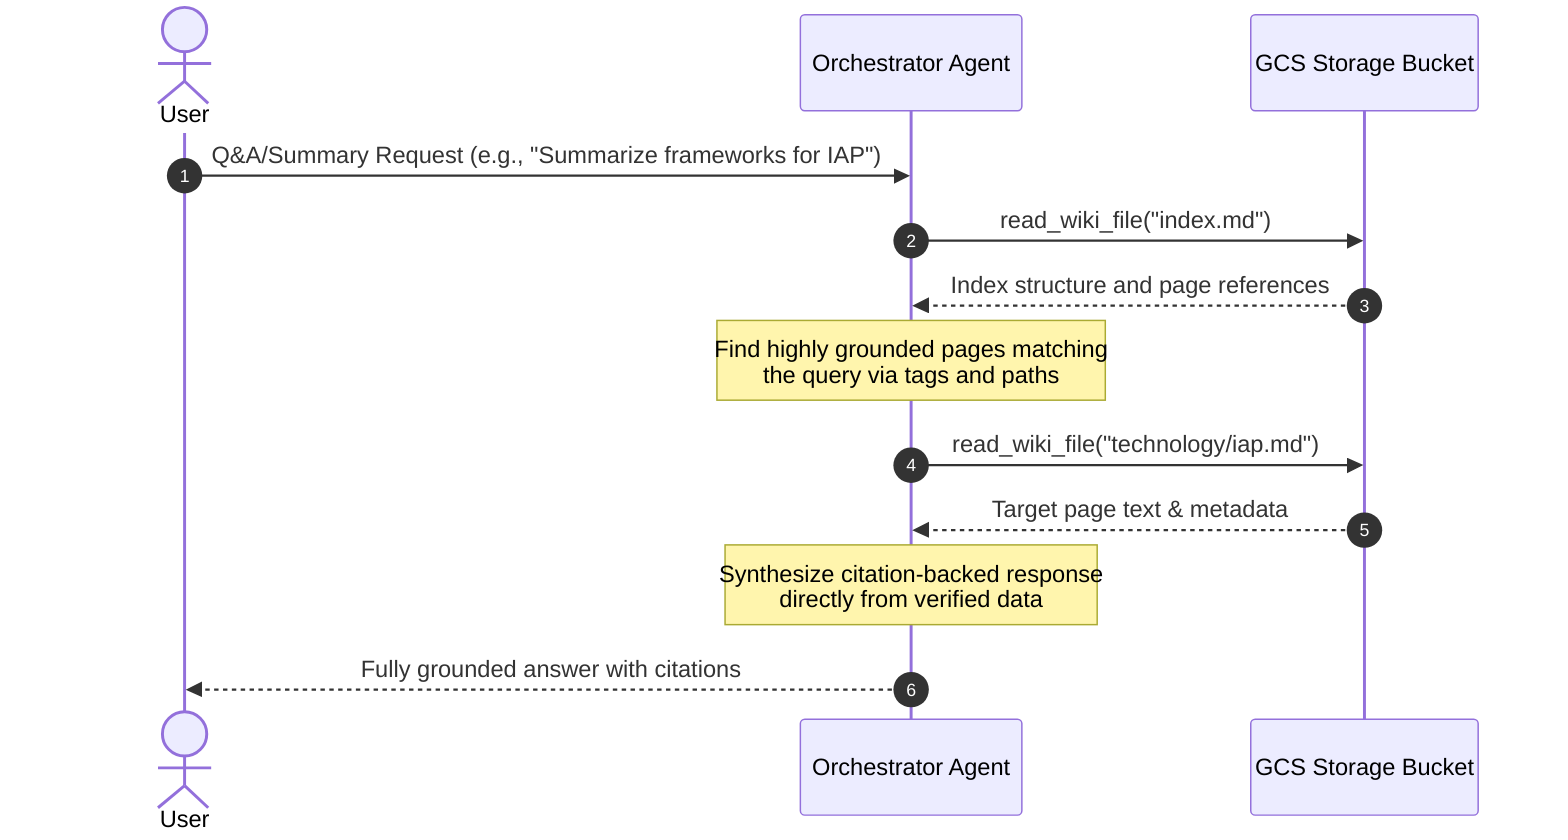
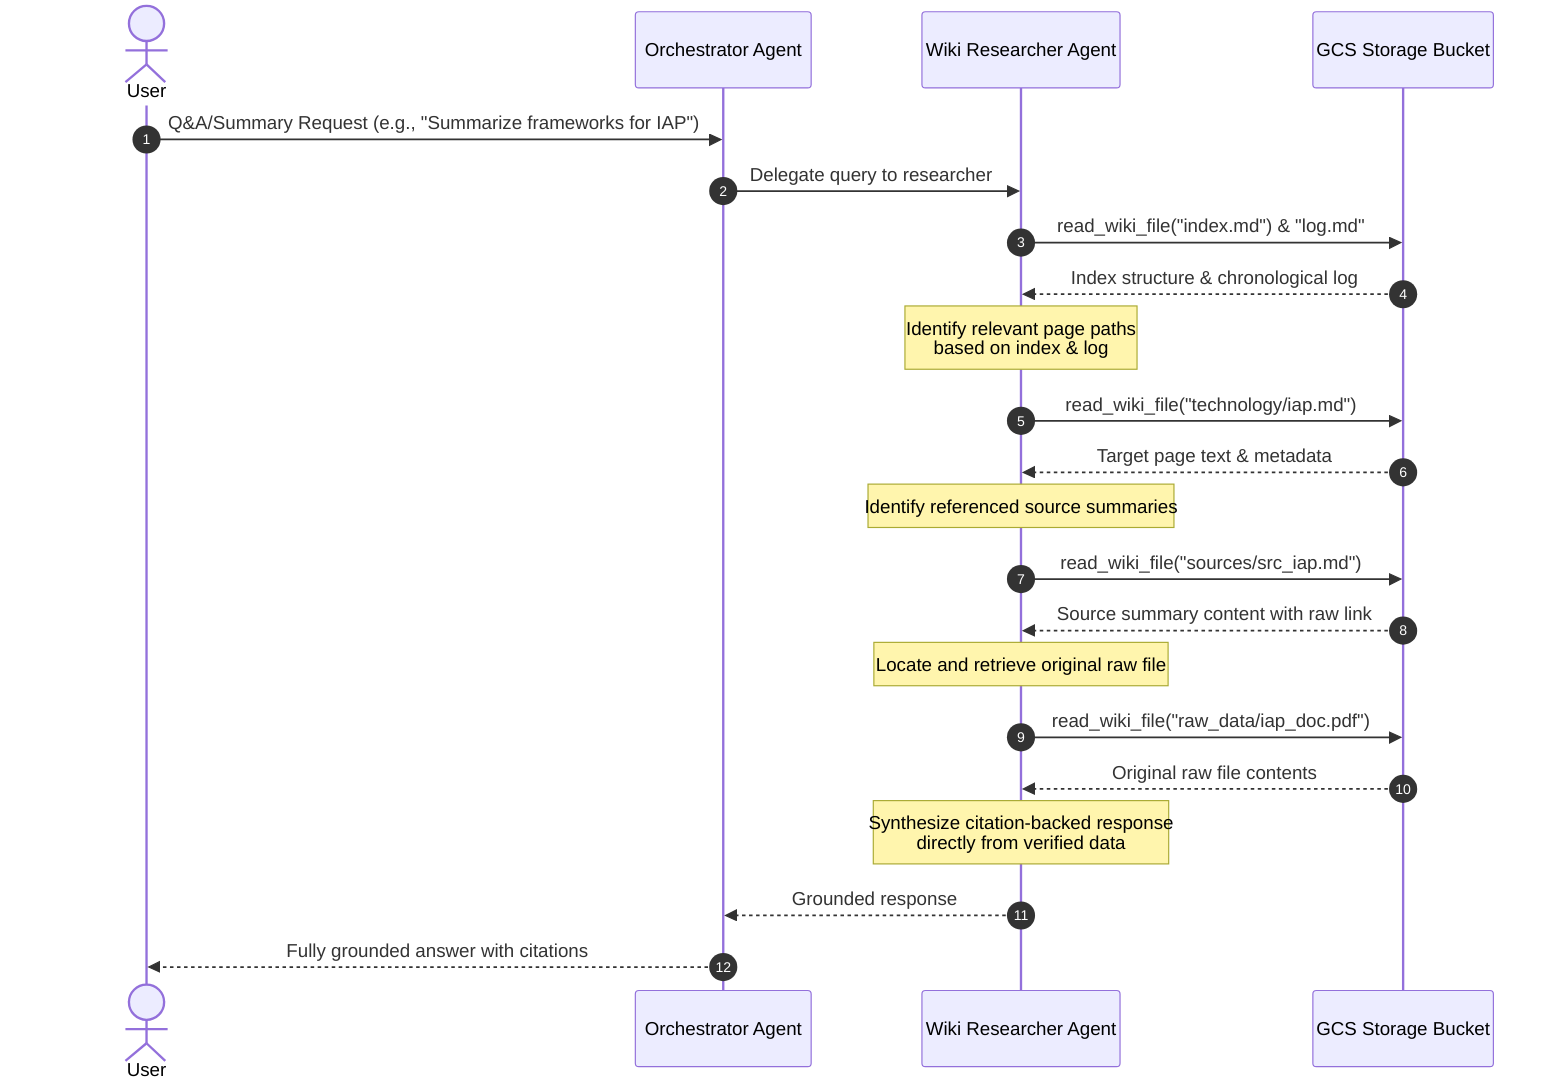
sequenceDiagram
    autonumber
    actor User
    participant Orchestrator as Orchestrator Agent
+     participant Researcher as Wiki Researcher Agent
    participant GCS as GCS Storage Bucket

    User->>Orchestrator: Q&A/Summary Request (e.g., "Summarize frameworks for IAP")
-     Orchestrator->>GCS: read_wiki_file("index.md")
-     GCS-->>Orchestrator: Index structure and page references
-     Note over Orchestrator: Find highly grounded pages matching<br/>the query via tags and paths
-     Orchestrator->>GCS: read_wiki_file("technology/iap.md")
-     GCS-->>Orchestrator: Target page text & metadata
-     Note over Orchestrator: Synthesize citation-backed response<br/>directly from verified data
-     Orchestrator-->>User: Fully grounded answer with citations+     Orchestrator->>Researcher: Delegate query to researcher
+     Researcher->>GCS: read_wiki_file("index.md") & "log.md"
+     GCS-->>Researcher: Index structure & chronological log
+     Note over Researcher: Identify relevant page paths<br/>based on index & log
+     Researcher->>GCS: read_wiki_file("technology/iap.md")
+     GCS-->>Researcher: Target page text & metadata
+     Note over Researcher: Identify referenced source summaries
+     Researcher->>GCS: read_wiki_file("sources/src_iap.md")
+     GCS-->>Researcher: Source summary content with raw link
+     Note over Researcher: Locate and retrieve original raw file
+     Researcher->>GCS: read_wiki_file("raw_data/iap_doc.pdf")
+     GCS-->>Researcher: Original raw file contents
+     Note over Researcher: Synthesize citation-backed response<br/>directly from verified data
+     Researcher-->>Orchestrator: Grounded response
+     Orchestrator-->>User: Fully grounded answer with citations
